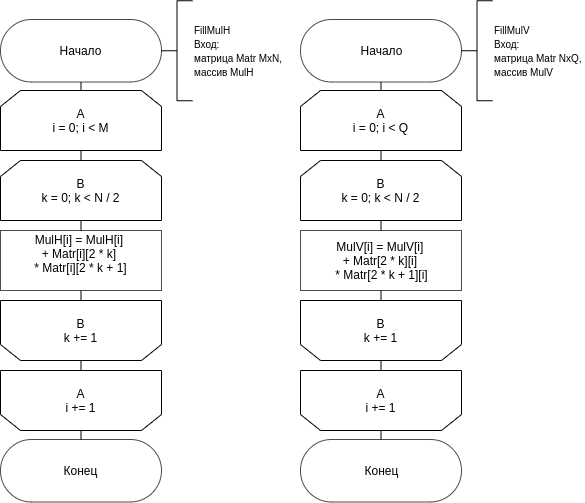
Earlier version of the draw.io export lab_02/docs/schemes/fillmul.png (ivaaahn/bmstu-aa). Source tidied: cells renumbered, new cells last; positions are measured from the earlier drawing's top-left corner, leaving out a move shared by most shapes.
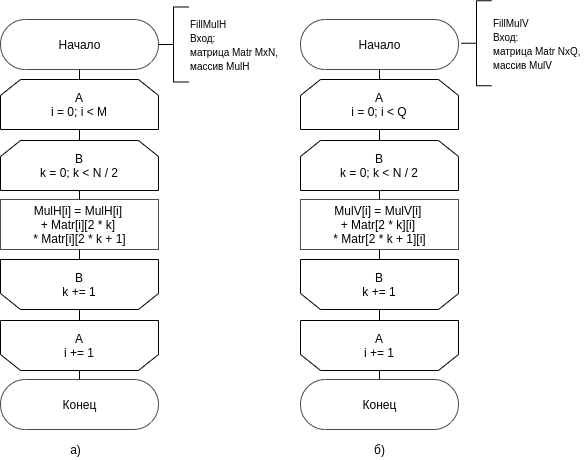
After the commit.

Change to the diagram source:
```diff
@@ -2,17 +2,17 @@
   <root>
     <mxCell id="0" />
     <mxCell id="1" parent="0" />
-    <mxCell id="2" style="edgeStyle=orthogonalEdgeStyle;rounded=0;jettySize=auto;html=1;exitX=0.5;exitY=0;exitDx=0;exitDy=0;entryX=0.5;entryY=0.5;entryDx=0;entryDy=31.25;entryPerimeter=0;endArrow=none;endFill=0;" parent="1" edge="1" source="3" target="13">
+    <mxCell id="2" style="edgeStyle=orthogonalEdgeStyle;rounded=0;jettySize=auto;html=1;exitX=0.5;exitY=0;exitDx=0;exitDy=0;endArrow=none;endFill=0;entryX=0.5;entryY=0.5;entryDx=0;entryDy=25;entryPerimeter=0;" parent="1" edge="1" source="3" target="13">
       <mxGeometry relative="1" as="geometry" />
     </mxCell>
     <mxCell id="3" value="A&lt;br&gt;i = 0; i &amp;lt; M" style="shape=loopLimit;whiteSpace=wrap;html=1;" parent="1" vertex="1">
-      <mxGeometry y="90" width="161" height="60" as="geometry" />
+      <mxGeometry y="79" width="158" height="50" as="geometry" />
     </mxCell>
     <mxCell id="4" style="edgeStyle=orthogonalEdgeStyle;rounded=0;jettySize=auto;html=1;exitX=0.5;exitY=0;exitDx=0;exitDy=0;entryX=0.5;entryY=1;entryDx=0;entryDy=0;endArrow=none;endFill=0;" parent="1" edge="1" source="5" target="3">
       <mxGeometry relative="1" as="geometry" />
     </mxCell>
     <mxCell id="5" value="B&lt;br&gt;k = 0; k &amp;lt; N / 2" style="shape=loopLimit;whiteSpace=wrap;html=1;" parent="1" vertex="1">
-      <mxGeometry y="160" width="161" height="60" as="geometry" />
+      <mxGeometry y="140" width="158" height="50" as="geometry" />
     </mxCell>
     <mxCell id="6" style="edgeStyle=orthogonalEdgeStyle;rounded=0;jettySize=auto;html=1;exitX=0.5;exitY=1;exitDx=0;exitDy=0;entryX=0.5;entryY=1;entryDx=0;entryDy=0;endArrow=none;endFill=0;" parent="1" edge="1" source="8" target="10">
       <mxGeometry relative="1" as="geometry" />
@@ -20,41 +20,32 @@
     <mxCell id="7" style="edgeStyle=orthogonalEdgeStyle;rounded=0;jettySize=auto;html=1;exitX=0.5;exitY=0;exitDx=0;exitDy=0;entryX=0.5;entryY=1;entryDx=0;entryDy=0;endArrow=none;endFill=0;" parent="1" edge="1" source="8" target="5">
       <mxGeometry relative="1" as="geometry" />
     </mxCell>
-    <mxCell id="8" value="&lt;div&gt;&lt;span&gt;MulH[i] =&lt;/span&gt;&lt;span&gt;&amp;nbsp;MulH[i]&amp;nbsp;&lt;/span&gt;&lt;/div&gt;&lt;div&gt;&lt;span&gt;+ Matr[i][2 * k]&amp;nbsp;&lt;/span&gt;&lt;br&gt;&lt;/div&gt;&lt;div&gt;&lt;span&gt;* Matr[i][2 * k + 1]&lt;/span&gt;&lt;/div&gt;&lt;div&gt;&lt;br&gt;&lt;/div&gt;" style="html=1;dashed=0;whitespace=wrap;sketch=0;strokeWidth=1;fillColor=#ffffff;gradientColor=none;opacity=70;" parent="1" vertex="1">
-      <mxGeometry y="230" width="161" height="60" as="geometry" />
+    <mxCell id="8" value="&lt;div&gt;&lt;span&gt;MulH[i] =&lt;/span&gt;&lt;span&gt;&amp;nbsp;MulH[i]&amp;nbsp;&lt;/span&gt;&lt;/div&gt;&lt;div&gt;&lt;span&gt;+ Matr[i][2 * k]&amp;nbsp;&lt;/span&gt;&lt;br&gt;&lt;/div&gt;&lt;div&gt;&lt;span&gt;* Matr[i][2 * k + 1]&lt;/span&gt;&lt;/div&gt;" style="html=1;dashed=0;whitespace=wrap;sketch=0;strokeWidth=1;fillColor=#ffffff;gradientColor=none;opacity=70;" parent="1" vertex="1">
+      <mxGeometry y="199" width="158" height="50" as="geometry" />
     </mxCell>
     <mxCell id="9" style="edgeStyle=orthogonalEdgeStyle;rounded=0;jettySize=auto;html=1;exitX=0.5;exitY=0;exitDx=0;exitDy=0;entryX=0.5;entryY=1;entryDx=0;entryDy=0;endArrow=none;endFill=0;" parent="1" edge="1" source="10" target="12">
       <mxGeometry relative="1" as="geometry" />
     </mxCell>
     <mxCell id="10" value="B&lt;br&gt;k += 1" style="shape=loopLimit;whiteSpace=wrap;html=1;direction=west;" parent="1" vertex="1">
-      <mxGeometry y="300" width="161" height="60" as="geometry" />
+      <mxGeometry y="259" width="158" height="50" as="geometry" />
     </mxCell>
-    <mxCell id="11" style="edgeStyle=orthogonalEdgeStyle;rounded=0;jettySize=auto;html=1;exitX=0.5;exitY=0;exitDx=0;exitDy=0;entryX=0.5;entryY=0.5;entryDx=0;entryDy=-31.25;entryPerimeter=0;endArrow=none;endFill=0;" parent="1" edge="1" source="12" target="29">
-      <mxGeometry relative="1" as="geometry" />
-    </mxCell>
     <mxCell id="12" value="A&lt;br&gt;i += 1" style="shape=loopLimit;whiteSpace=wrap;html=1;direction=west;" parent="1" vertex="1">
-      <mxGeometry y="370" width="161" height="60" as="geometry" />
+      <mxGeometry y="320" width="158" height="50" as="geometry" />
     </mxCell>
     <mxCell id="13" value="Начало" style="html=1;dashed=0;whitespace=wrap;shape=mxgraph.dfd.start;sketch=0;strokeWidth=1;fillColor=#ffffff;gradientColor=none;opacity=70;" parent="1" vertex="1">
-      <mxGeometry y="19" width="161" height="62.5" as="geometry" />
+      <mxGeometry y="19" width="158" height="50" as="geometry" />
     </mxCell>
-    <mxCell id="14" style="edgeStyle=orthogonalEdgeStyle;rounded=0;jettySize=auto;html=1;exitX=0;exitY=0.5;exitDx=0;exitDy=0;exitPerimeter=0;entryX=1;entryY=0.5;entryDx=0;entryDy=0;entryPerimeter=0;endArrow=none;endFill=0;" parent="1" edge="1" source="15" target="13">
-      <mxGeometry relative="1" as="geometry" />
-    </mxCell>
-    <mxCell id="15" value="&lt;font style=&quot;font-size: 10px&quot;&gt;FillMulH&lt;br&gt;Вход: &lt;br&gt;матрица Matr MxN, &lt;br&gt;массив MulH&lt;br&gt;&lt;/font&gt;" style="strokeWidth=1;html=1;shape=mxgraph.flowchart.annotation_2;align=left;labelPosition=right;" parent="1" vertex="1">
-      <mxGeometry x="161" y="0.2" width="31" height="100" as="geometry" />
-    </mxCell>
-    <mxCell id="16" style="edgeStyle=orthogonalEdgeStyle;rounded=0;jettySize=auto;html=1;exitX=0.5;exitY=0;exitDx=0;exitDy=0;entryX=0.5;entryY=0.5;entryDx=0;entryDy=31.25;entryPerimeter=0;endArrow=none;endFill=0;" parent="1" edge="1" source="17" target="27">
+    <mxCell id="16" style="edgeStyle=orthogonalEdgeStyle;rounded=0;jettySize=auto;html=1;exitX=0.5;exitY=0;exitDx=0;exitDy=0;entryX=0.5;entryY=0.5;entryDx=0;entryDy=25;entryPerimeter=0;endArrow=none;endFill=0;" parent="1" edge="1" source="17" target="27">
       <mxGeometry relative="1" as="geometry" />
     </mxCell>
     <mxCell id="17" value="A&lt;br&gt;i = 0; i &amp;lt; Q" style="shape=loopLimit;whiteSpace=wrap;html=1;" parent="1" vertex="1">
-      <mxGeometry x="300" y="90" width="161" height="60" as="geometry" />
+      <mxGeometry x="300" y="79" width="158" height="50" as="geometry" />
     </mxCell>
     <mxCell id="18" style="edgeStyle=orthogonalEdgeStyle;rounded=0;jettySize=auto;html=1;exitX=0.5;exitY=0;exitDx=0;exitDy=0;entryX=0.5;entryY=1;entryDx=0;entryDy=0;endArrow=none;endFill=0;" parent="1" edge="1" source="19" target="17">
       <mxGeometry relative="1" as="geometry" />
     </mxCell>
     <mxCell id="19" value="B&lt;br&gt;k = 0; k &amp;lt; N / 2" style="shape=loopLimit;whiteSpace=wrap;html=1;" parent="1" vertex="1">
-      <mxGeometry x="300" y="160" width="161" height="60" as="geometry" />
+      <mxGeometry x="300" y="140" width="158" height="50" as="geometry" />
     </mxCell>
     <mxCell id="20" style="edgeStyle=orthogonalEdgeStyle;rounded=0;jettySize=auto;html=1;exitX=0.5;exitY=1;exitDx=0;exitDy=0;entryX=0.5;entryY=1;entryDx=0;entryDy=0;endArrow=none;endFill=0;" parent="1" edge="1" source="22" target="24">
       <mxGeometry relative="1" as="geometry" />
@@ -63,31 +54,43 @@
       <mxGeometry relative="1" as="geometry" />
     </mxCell>
     <mxCell id="22" value="&lt;div&gt;&lt;div&gt;MulV[i] = MulV[i]&amp;nbsp;&lt;/div&gt;&lt;div&gt;+ Matr[2 * k][i]&amp;nbsp;&lt;/div&gt;&lt;div&gt;* Matr[2 * k + 1][i]&lt;/div&gt;&lt;/div&gt;" style="html=1;dashed=0;whitespace=wrap;sketch=0;strokeWidth=1;fillColor=#ffffff;gradientColor=none;opacity=70;" parent="1" vertex="1">
-      <mxGeometry x="300" y="230" width="161" height="60" as="geometry" />
+      <mxGeometry x="300" y="199" width="158" height="50" as="geometry" />
     </mxCell>
     <mxCell id="23" style="edgeStyle=orthogonalEdgeStyle;rounded=0;jettySize=auto;html=1;exitX=0.5;exitY=0;exitDx=0;exitDy=0;entryX=0.5;entryY=1;entryDx=0;entryDy=0;endArrow=none;endFill=0;" parent="1" edge="1" source="24" target="26">
       <mxGeometry relative="1" as="geometry" />
     </mxCell>
     <mxCell id="24" value="B&lt;br&gt;k += 1" style="shape=loopLimit;whiteSpace=wrap;html=1;direction=west;" parent="1" vertex="1">
-      <mxGeometry x="300" y="300" width="161" height="60" as="geometry" />
+      <mxGeometry x="300" y="259" width="158" height="50" as="geometry" />
     </mxCell>
-    <mxCell id="25" style="edgeStyle=orthogonalEdgeStyle;rounded=0;jettySize=auto;html=1;exitX=0.5;exitY=0;exitDx=0;exitDy=0;entryX=0.5;entryY=0.5;entryDx=0;entryDy=-31.25;entryPerimeter=0;endArrow=none;endFill=0;" parent="1" edge="1" source="26" target="30">
+    <mxCell id="25" style="edgeStyle=orthogonalEdgeStyle;rounded=0;jettySize=auto;html=1;exitX=0.5;exitY=0;exitDx=0;exitDy=0;entryX=0.5;entryY=0.5;entryDx=0;entryDy=-25;entryPerimeter=0;endArrow=none;endFill=0;" parent="1" edge="1" source="26" target="30">
       <mxGeometry relative="1" as="geometry" />
     </mxCell>
     <mxCell id="26" value="A&lt;br&gt;i += 1" style="shape=loopLimit;whiteSpace=wrap;html=1;direction=west;" parent="1" vertex="1">
-      <mxGeometry x="300" y="370" width="161" height="60" as="geometry" />
+      <mxGeometry x="300" y="320" width="158" height="50" as="geometry" />
     </mxCell>
     <mxCell id="27" value="Начало" style="html=1;dashed=0;whitespace=wrap;shape=mxgraph.dfd.start;sketch=0;strokeWidth=1;fillColor=#ffffff;gradientColor=none;opacity=70;" parent="1" vertex="1">
-      <mxGeometry x="300" y="19" width="161" height="62.5" as="geometry" />
+      <mxGeometry x="300" y="19" width="158" height="50" as="geometry" />
     </mxCell>
     <mxCell id="28" value="&lt;font style=&quot;font-size: 10px&quot;&gt;FillMulV&lt;br&gt;Вход: &lt;br&gt;матрица Matr NxQ, &lt;br&gt;массив MulV&amp;nbsp;&lt;/font&gt;" style="strokeWidth=1;html=1;shape=mxgraph.flowchart.annotation_2;align=left;labelPosition=right;" parent="1" vertex="1">
-      <mxGeometry x="461" y="0.2" width="31" height="100" as="geometry" />
+      <mxGeometry x="461" y="0.2" width="30" height="85" as="geometry" />
     </mxCell>
+    <mxCell id="31" style="edgeStyle=orthogonalEdgeStyle;rounded=0;jettySize=auto;html=1;exitX=0.5;exitY=0.5;exitDx=0;exitDy=-25;exitPerimeter=0;entryX=0.5;entryY=0;entryDx=0;entryDy=0;endArrow=none;endFill=0;" parent="1" edge="1" source="29" target="12">
+      <mxGeometry relative="1" as="geometry" />
+    </mxCell>
     <mxCell id="29" value="Конец" style="html=1;dashed=0;whitespace=wrap;shape=mxgraph.dfd.start;sketch=0;strokeWidth=1;fillColor=#ffffff;gradientColor=none;opacity=70;" parent="1" vertex="1">
-      <mxGeometry y="439" width="161" height="62.5" as="geometry" />
+      <mxGeometry y="379" width="158" height="50" as="geometry" />
     </mxCell>
     <mxCell id="30" value="Конец" style="html=1;dashed=0;whitespace=wrap;shape=mxgraph.dfd.start;sketch=0;strokeWidth=1;fillColor=#ffffff;gradientColor=none;opacity=70;" parent="1" vertex="1">
-      <mxGeometry x="300" y="439" width="161" height="62.5" as="geometry" />
+      <mxGeometry x="300" y="379" width="158" height="50" as="geometry" />
     </mxCell>
+    <mxCell id="32" value="а)" style="text;html=1;align=center;verticalAlign=middle;strokeColor=none;fillColor=none;" parent="1" vertex="1">
+      <mxGeometry x="60" y="439" width="30" height="20" as="geometry" />
+    </mxCell>
+    <mxCell id="33" value="б)" style="text;html=1;align=center;verticalAlign=middle;strokeColor=none;fillColor=none;" parent="1" vertex="1">
+      <mxGeometry x="364" y="439" width="30" height="20" as="geometry" />
+    </mxCell>
+    <mxCell id="15" value="&lt;span style=&quot;font-size: 10px&quot;&gt;FillMulH&lt;/span&gt;&lt;br style=&quot;font-size: 10px&quot;&gt;&lt;span style=&quot;font-size: 10px&quot;&gt;Вход:&lt;/span&gt;&lt;br style=&quot;font-size: 10px&quot;&gt;&lt;span style=&quot;font-size: 10px&quot;&gt;матрица Matr MxN,&lt;/span&gt;&lt;br style=&quot;font-size: 10px&quot;&gt;&lt;span style=&quot;font-size: 10px&quot;&gt;массив MulH&lt;/span&gt;" style="strokeWidth=1;html=1;shape=mxgraph.flowchart.annotation_2;align=left;labelPosition=right;" parent="1" vertex="1">
+      <mxGeometry x="158" y="6.5" width="30" height="75" as="geometry" />
+    </mxCell>
   </root>
 </mxGraphModel>
```
